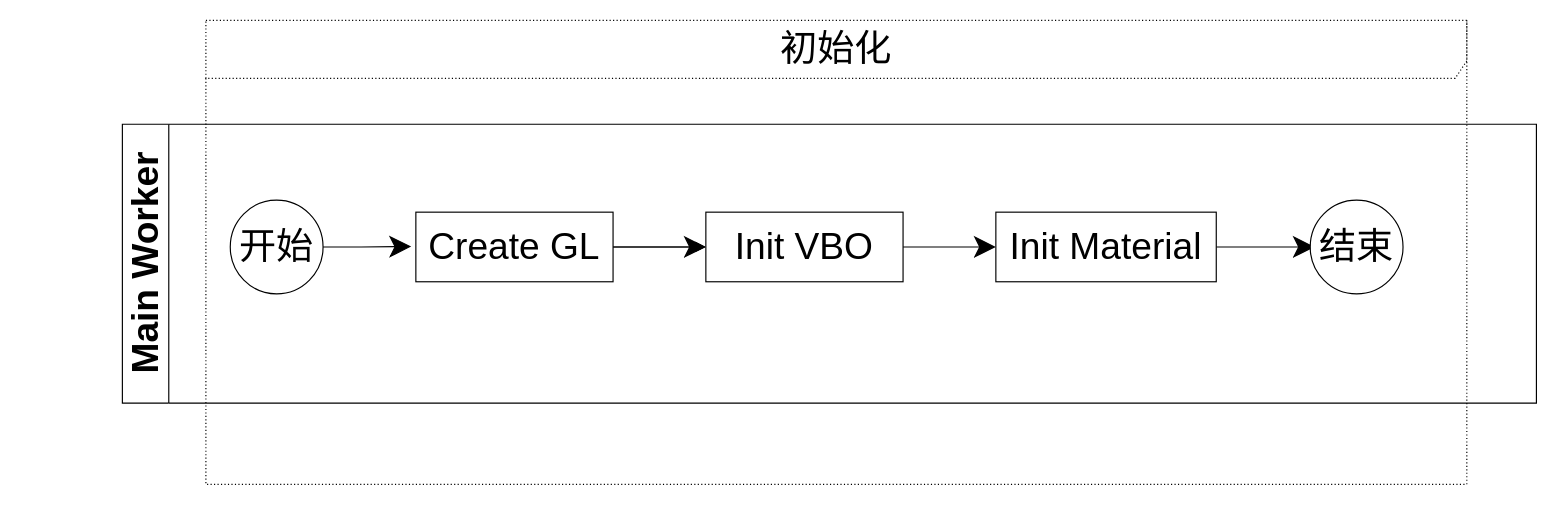
yyc-git/3DProgramPattern keeps this draw.io diagram as packages/多线程模式/story_before/初始化流程图.drawio. Above is the earlier version. Source tidied: cells renumbered, new cells numbered last; positions are measured from the earlier drawing's top-left corner, leaving out a move shared by most shapes. Both pictures are drawn from the tidied source at 116%, with x=0, y=0 at pixel (28, 20).
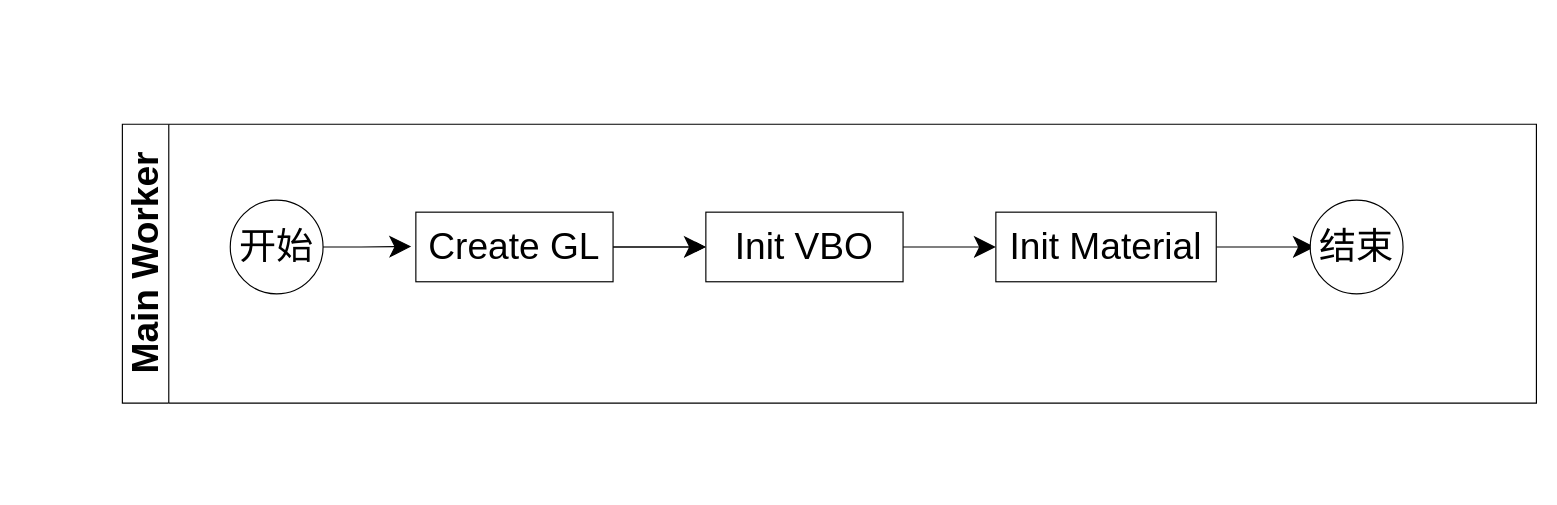
Above is the later version.

Diff of the diagram source:
```diff
@@
 <mxGraphModel>
   <root>
     <mxCell id="0" />
     <mxCell id="1" parent="0" />
-    <mxCell id="2" value="&lt;font style=&quot;font-size: 32px&quot;&gt;初始化&lt;/font&gt;" style="shape=umlFrame;whiteSpace=wrap;html=1;width=1317;height=50;fontSize=22;dashed=1;dashPattern=1 2;" parent="1" vertex="1">
-      <mxGeometry x="153" width="1087" height="400" as="geometry" />
-    </mxCell>
     <mxCell id="3" value="&lt;font style=&quot;font-size: 32px&quot;&gt;Main Worker&lt;/font&gt;" style="swimlane;html=1;horizontal=0;startSize=40;fontSize=22;" parent="1" vertex="1">
       <mxGeometry x="81" y="89.6" width="1219" height="240.4" as="geometry" />
     </mxCell>
     <mxCell id="4" style="edgeStyle=orthogonalEdgeStyle;rounded=0;orthogonalLoop=1;jettySize=auto;html=1;endArrow=classic;endFill=1;fontSize=22;" parent="1" edge="1">
       <mxGeometry relative="1" as="geometry">
         <mxPoint y="144.6" as="sourcePoint" />
         <mxPoint y="144.6" as="targetPoint" />
       </mxGeometry>
     </mxCell>
     <mxCell id="5" style="edgeStyle=orthogonalEdgeStyle;rounded=0;jettySize=auto;html=1;fontSize=32;endSize=16;startSize=16;" parent="1" edge="1" source="6">
       <mxGeometry relative="1" as="geometry">
         <mxPoint x="330" y="195" as="targetPoint" />
       </mxGeometry>
     </mxCell>
     <mxCell id="6" value="开始" style="ellipse;whiteSpace=wrap;html=1;fontSize=32;" parent="1" vertex="1">
       <mxGeometry x="174" y="155" width="80" height="80.8" as="geometry" />
     </mxCell>
     <mxCell id="7" style="edgeStyle=orthogonalEdgeStyle;rounded=0;jettySize=auto;html=1;fontSize=32;" parent="1" edge="1" source="9" target="11">
       <mxGeometry relative="1" as="geometry" />
     </mxCell>
     <mxCell id="8" style="edgeStyle=orthogonalEdgeStyle;rounded=0;jettySize=auto;html=1;fontSize=32;endSize=16;startSize=16;" parent="1" edge="1" source="9" target="11">
       <mxGeometry relative="1" as="geometry" />
     </mxCell>
     <mxCell id="9" value="Create GL" style="whiteSpace=wrap;html=1;fontSize=32;" parent="1" vertex="1">
       <mxGeometry x="334" y="165.4" width="170" height="60" as="geometry" />
     </mxCell>
     <mxCell id="10" style="edgeStyle=orthogonalEdgeStyle;rounded=0;jettySize=auto;html=1;fontSize=32;startSize=16;endSize=16;" parent="1" edge="1" source="11" target="13">
       <mxGeometry relative="1" as="geometry" />
     </mxCell>
     <mxCell id="11" value="Init VBO" style="whiteSpace=wrap;html=1;fontSize=32;" parent="1" vertex="1">
       <mxGeometry x="584" y="165.4" width="170" height="60" as="geometry" />
     </mxCell>
     <mxCell id="12" style="edgeStyle=orthogonalEdgeStyle;rounded=0;jettySize=auto;html=1;fontSize=32;startSize=16;endSize=16;" parent="1" edge="1" source="13">
       <mxGeometry relative="1" as="geometry">
         <mxPoint x="1109" y="195.4" as="targetPoint" />
       </mxGeometry>
     </mxCell>
     <mxCell id="13" value="Init Material" style="whiteSpace=wrap;html=1;fontSize=32;" parent="1" vertex="1">
       <mxGeometry x="834" y="165.4" width="190" height="60" as="geometry" />
     </mxCell>
     <mxCell id="14" value="结束" style="ellipse;whiteSpace=wrap;html=1;fontSize=32;" parent="1" vertex="1">
       <mxGeometry x="1105" y="155" width="80" height="80.8" as="geometry" />
     </mxCell>
   </root>
 </mxGraphModel>
```
